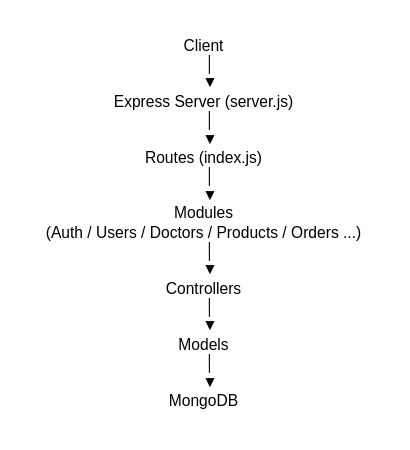
Above: node.drawio in Tarekattallah/pharma-sales (draw.io), before the change. Source tidied: cells renumbered, new cells numbered last; positions are measured from the earlier drawing's top-left corner, leaving out a move shared by most shapes. Both pictures are drawn from the tidied source at 130%, with x=0, y=0 at pixel (27, 27).
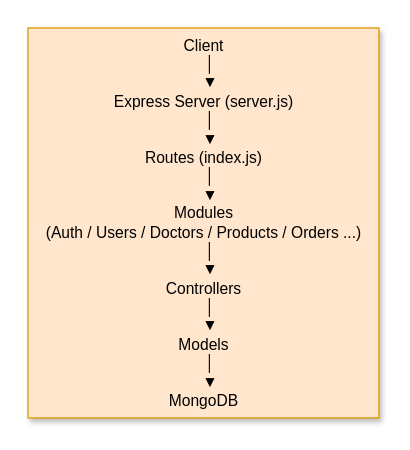
Above is the later version.

Commit message (it also covers changes not shown here):
Phase 1 running: server setup and MongoDB connection

Change to the diagram source:
```diff
@@
 <mxGraphModel>
   <root>
     <mxCell id="0" />
     <mxCell id="1" parent="0" />
-    <mxCell id="2" value="&lt;div&gt;&lt;font color=&quot;#000000&quot;&gt;Client&lt;/font&gt;&lt;/div&gt;&lt;div&gt;&lt;font color=&quot;#000000&quot;&gt;&amp;nbsp; &amp;nbsp;│&lt;/font&gt;&lt;/div&gt;&lt;div&gt;&lt;font color=&quot;#000000&quot;&gt;&amp;nbsp; &amp;nbsp;▼&lt;/font&gt;&lt;/div&gt;&lt;div&gt;&lt;font color=&quot;#000000&quot;&gt;Express Server (server.js)&lt;/font&gt;&lt;/div&gt;&lt;div&gt;&lt;font color=&quot;#000000&quot;&gt;&amp;nbsp; &amp;nbsp;│&lt;/font&gt;&lt;/div&gt;&lt;div&gt;&lt;font color=&quot;#000000&quot;&gt;&amp;nbsp; &amp;nbsp;▼&lt;/font&gt;&lt;/div&gt;&lt;div&gt;&lt;font color=&quot;#000000&quot;&gt;Routes (index.js)&lt;/font&gt;&lt;/div&gt;&lt;div&gt;&lt;font color=&quot;#000000&quot;&gt;&amp;nbsp; &amp;nbsp;│&lt;/font&gt;&lt;/div&gt;&lt;div&gt;&lt;font color=&quot;#000000&quot;&gt;&amp;nbsp; &amp;nbsp;▼&lt;/font&gt;&lt;/div&gt;&lt;div&gt;&lt;font color=&quot;#000000&quot;&gt;Modules&lt;/font&gt;&lt;/div&gt;&lt;div&gt;&lt;font color=&quot;#000000&quot;&gt;(Auth / Users / Doctors / Products / Orders ...)&lt;/font&gt;&lt;/div&gt;&lt;div&gt;&lt;font color=&quot;#000000&quot;&gt;&amp;nbsp; &amp;nbsp;│&lt;/font&gt;&lt;/div&gt;&lt;div&gt;&lt;font color=&quot;#000000&quot;&gt;&amp;nbsp; &amp;nbsp;▼&lt;/font&gt;&lt;/div&gt;&lt;div&gt;&lt;font color=&quot;#000000&quot;&gt;Controllers&lt;/font&gt;&lt;/div&gt;&lt;div&gt;&lt;font color=&quot;#000000&quot;&gt;&amp;nbsp; &amp;nbsp;│&lt;/font&gt;&lt;/div&gt;&lt;div&gt;&lt;font color=&quot;#000000&quot;&gt;&amp;nbsp; &amp;nbsp;▼&lt;/font&gt;&lt;/div&gt;&lt;div&gt;&lt;font color=&quot;#000000&quot;&gt;Models&lt;/font&gt;&lt;/div&gt;&lt;div&gt;&lt;font color=&quot;#000000&quot;&gt;&amp;nbsp; &amp;nbsp;│&lt;/font&gt;&lt;/div&gt;&lt;div&gt;&lt;font color=&quot;#000000&quot;&gt;&amp;nbsp; &amp;nbsp;▼&lt;/font&gt;&lt;/div&gt;&lt;div&gt;&lt;font color=&quot;#000000&quot;&gt;MongoDB&lt;/font&gt;&lt;/div&gt;" style="text;html=1;align=center;verticalAlign=middle;strokeColor=none;fillColor=none;" parent="1" vertex="1">
+    <mxCell id="2" value="&lt;div&gt;&lt;font color=&quot;#000000&quot;&gt;Client&lt;/font&gt;&lt;/div&gt;&lt;div&gt;&lt;font color=&quot;#000000&quot;&gt;&amp;nbsp; &amp;nbsp;│&lt;/font&gt;&lt;/div&gt;&lt;div&gt;&lt;font color=&quot;#000000&quot;&gt;&amp;nbsp; &amp;nbsp;▼&lt;/font&gt;&lt;/div&gt;&lt;div&gt;&lt;font color=&quot;#000000&quot;&gt;Express Server (server.js)&lt;/font&gt;&lt;/div&gt;&lt;div&gt;&lt;font color=&quot;#000000&quot;&gt;&amp;nbsp; &amp;nbsp;│&lt;/font&gt;&lt;/div&gt;&lt;div&gt;&lt;font color=&quot;#000000&quot;&gt;&amp;nbsp; &amp;nbsp;▼&lt;/font&gt;&lt;/div&gt;&lt;div&gt;&lt;font color=&quot;#000000&quot;&gt;Routes (index.js)&lt;/font&gt;&lt;/div&gt;&lt;div&gt;&lt;font color=&quot;#000000&quot;&gt;&amp;nbsp; &amp;nbsp;│&lt;/font&gt;&lt;/div&gt;&lt;div&gt;&lt;font color=&quot;#000000&quot;&gt;&amp;nbsp; &amp;nbsp;▼&lt;/font&gt;&lt;/div&gt;&lt;div&gt;&lt;font color=&quot;#000000&quot;&gt;Modules&lt;/font&gt;&lt;/div&gt;&lt;div&gt;&lt;font color=&quot;#000000&quot;&gt;(Auth / Users / Doctors / Products / Orders ...)&lt;/font&gt;&lt;/div&gt;&lt;div&gt;&lt;font color=&quot;#000000&quot;&gt;&amp;nbsp; &amp;nbsp;│&lt;/font&gt;&lt;/div&gt;&lt;div&gt;&lt;font color=&quot;#000000&quot;&gt;&amp;nbsp; &amp;nbsp;▼&lt;/font&gt;&lt;/div&gt;&lt;div&gt;&lt;font color=&quot;#000000&quot;&gt;Controllers&lt;/font&gt;&lt;/div&gt;&lt;div&gt;&lt;font color=&quot;#000000&quot;&gt;&amp;nbsp; &amp;nbsp;│&lt;/font&gt;&lt;/div&gt;&lt;div&gt;&lt;font color=&quot;#000000&quot;&gt;&amp;nbsp; &amp;nbsp;▼&lt;/font&gt;&lt;/div&gt;&lt;div&gt;&lt;font color=&quot;#000000&quot;&gt;Models&lt;/font&gt;&lt;/div&gt;&lt;div&gt;&lt;font color=&quot;#000000&quot;&gt;&amp;nbsp; &amp;nbsp;│&lt;/font&gt;&lt;/div&gt;&lt;div&gt;&lt;font color=&quot;#000000&quot;&gt;&amp;nbsp; &amp;nbsp;▼&lt;/font&gt;&lt;/div&gt;&lt;div&gt;&lt;font color=&quot;#000000&quot;&gt;MongoDB&lt;/font&gt;&lt;/div&gt;" style="text;html=1;align=center;verticalAlign=middle;strokeColor=#d79b00;fillColor=#ffe6cc;shadow=1;" parent="1" vertex="1">
       <mxGeometry width="270" height="300" as="geometry" />
     </mxCell>
   </root>
 </mxGraphModel>
```
